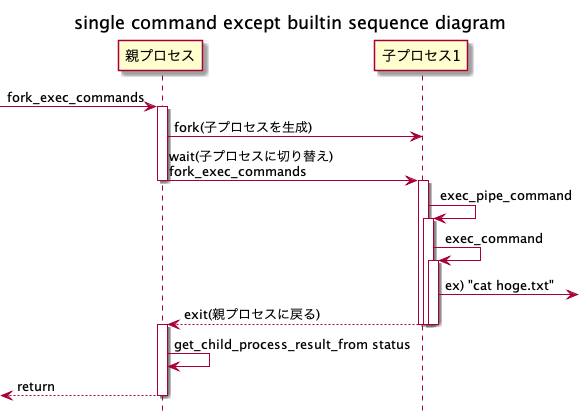
Toshiki-Nakamura/minishell keeps this PlantUML diagram as design/out/single command except builtin sequence diagram.png. Above is the earlier version. The source it was exported from:
```plantuml
@startuml
title single command except builtin sequence diagram
hide footbox

participant "親プロセス" as Parent
participant "子プロセス1" as Child1

[-> Parent : fork_exec_commands
activate Parent
Parent -> Child1 : fork(子プロセスを生成)
Parent -> Child1 : wait(子プロセスに切り替え)\nfork_exec_commands
deactivate Parent
activate Child1
Child1 -> Child1 : exec_pipe_command
activate Child1
Child1 -> Child1 : exec_command
activate Child1
Child1->] : ex) "cat hoge.txt"
Parent <-- Child1 : exit(親プロセスに戻る)
deactivate Child1
deactivate Child1
deactivate Child1
activate Parent
Parent -> Parent : get_child_process_result_from status
[<-- Parent : return
deactivate Parent

@enduml
```
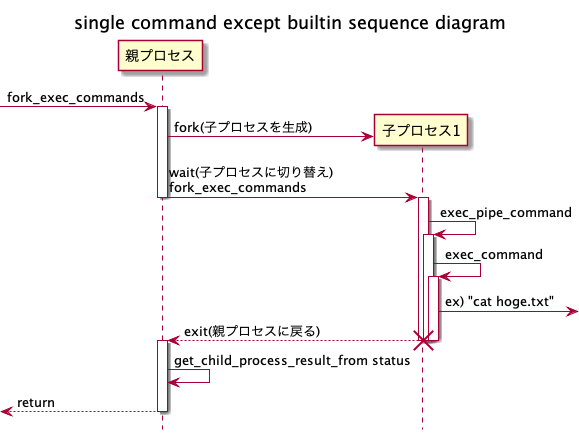
Above is the later version.

Commit message:
fix sequence diagrams

Change to the diagram source:
```diff
@@ -7,6 +7,7 @@
 
 [-> Parent : fork_exec_commands
 activate Parent
+create Child1
 Parent -> Child1 : fork(子プロセスを生成)
 Parent -> Child1 : wait(子プロセスに切り替え)\nfork_exec_commands
 deactivate Parent
@@ -20,6 +21,7 @@
 deactivate Child1
 deactivate Child1
 deactivate Child1
+destroy Child1
 activate Parent
 Parent -> Parent : get_child_process_result_from status
 [<-- Parent : return
```
